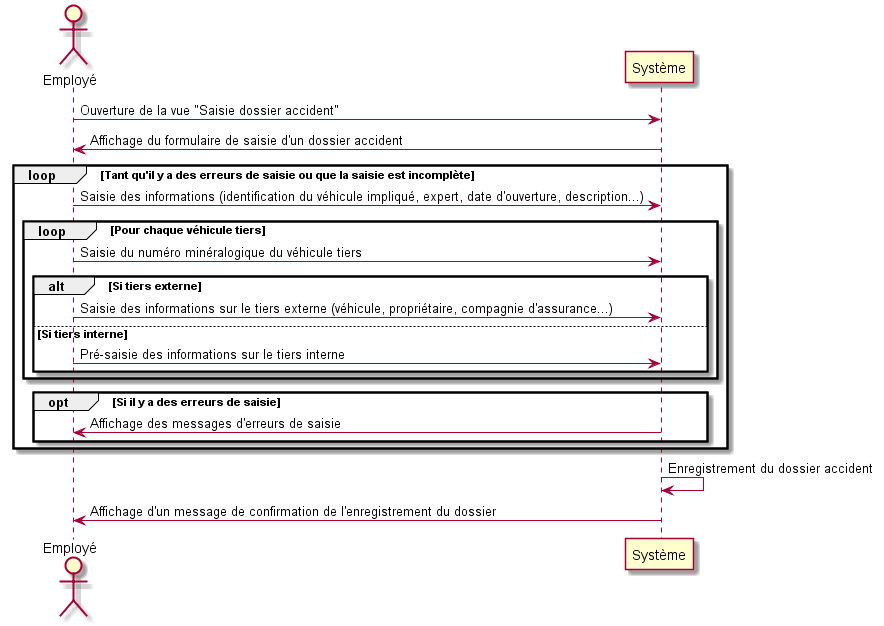
Before: corrections/images/td7SequencesSystemeSaisieAccidents.png, a diagram exported from PlantUML (tgoubin/coo-2021-corrections). The source it was exported from:
```plantuml
@startuml

actor Employé
participant Système

Employé -> Système: Ouverture de la vue "Saisie dossier accident"
Système -> Employé: Affichage du formulaire de saisie d'un dossier accident

loop Tant qu'il y a des erreurs de saisie ou que la saisie est incomplète
	Employé -> Système: Saisie des informations (identification du véhicule impliqué, expert, date d'ouverture, description...)

	loop Pour chaque véhicule tiers
		Employé -> Système: Saisie du numéro minéralogique du véhicule tiers

		alt Si tiers externe
			Employé -> Système: Saisie des informations sur le tiers externe (véhicule, propriétaire, compagnie d'assurance...)
		else Si tiers interne
			Employé -> Système: Pré-saisie des informations sur le tiers interne
		end
	end

    opt Si il y a des erreurs de saisie
        Système -> Employé: Affichage des messages d'erreurs de saisie
    end
end

Système -> Système: Enregistrement du dossier accident
Système -> Employé: Affichage d'un message de confirmation de l'enregistrement du dossier

@enduml
```
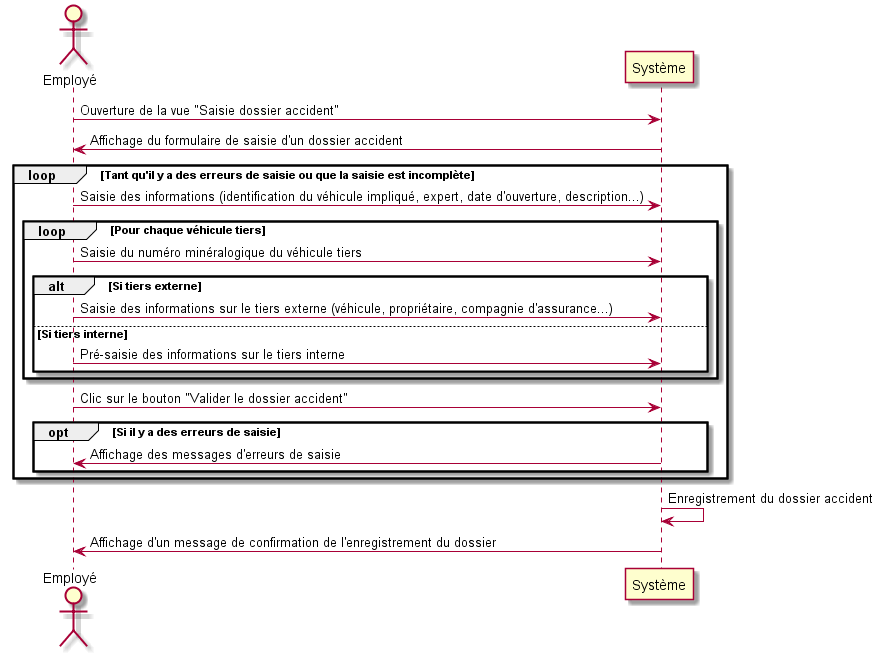
The same diagram one commit later.

What changed in the source:
```diff
@@ -19,6 +19,8 @@
 		end
 	end
 
+	Employé -> Système: Clic sur le bouton "Valider le dossier accident"
+
     opt Si il y a des erreurs de saisie
         Système -> Employé: Affichage des messages d'erreurs de saisie
     end
```
